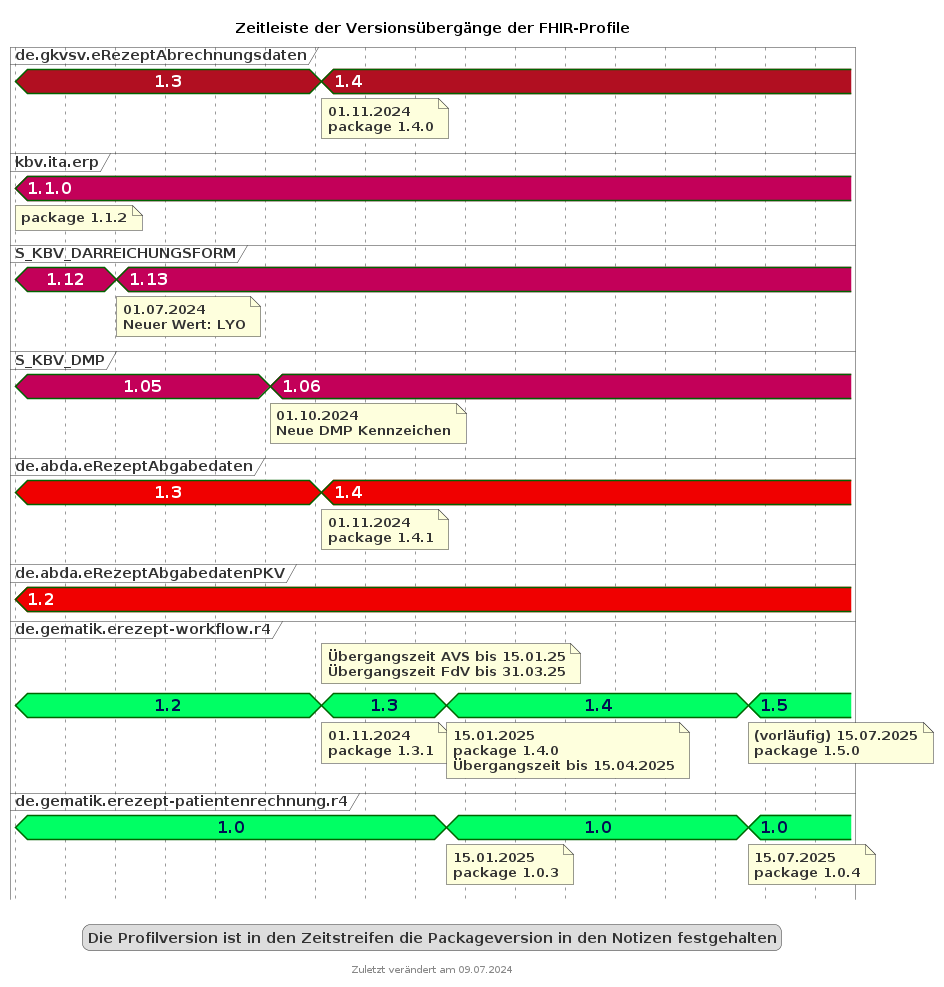
Earlier version of the PlantUML export images/puml_fhir_version_timeline.png (gematik/api-erp).
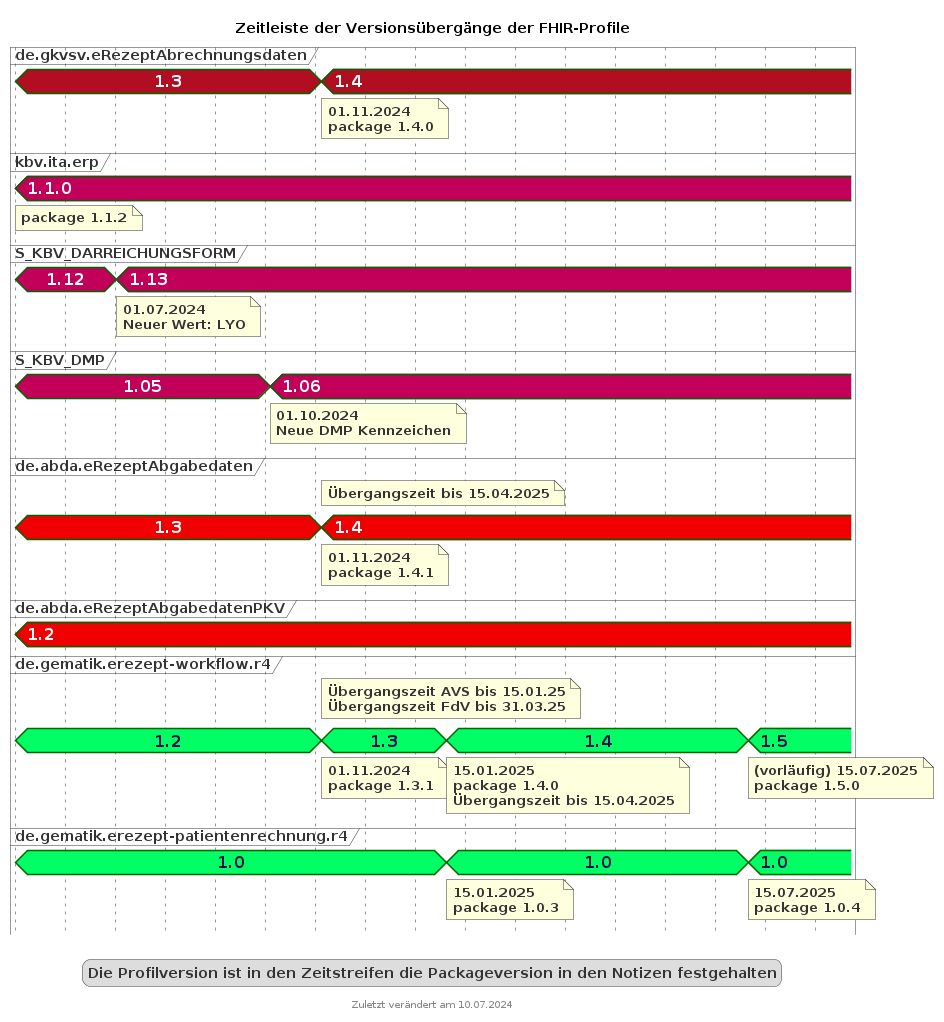
After the change.

Commit message:
update the timeline image to include the transition time for ABDA eRezeptAbgabedaten version 1.3 Package

What changed in the source:
```diff
@@ -28,7 +28,7 @@
 }
 </style>
 title Zeitleiste der Versionsübergänge der FHIR-Profile
-footer Zuletzt verändert am 09.07.2024
+footer Zuletzt verändert am 10.07.2024
 
 
 concise "de.gkvsv.eRezeptAbrechnungsdaten" as GKV <<gkvcolor>>
@@ -67,6 +67,7 @@
 GKV is 1.4
 note bottom of GKV : 01.11.2024\npackage 1.4.0
 DAV is 1.4
+note top of DAV: Übergangszeit bis 15.04.2025
 note bottom of DAV : 01.11.2024\npackage 1.4.1
 gematik is 1.3
 note top of gematik: Übergangszeit AVS bis 15.01.25\nÜbergangszeit FdV bis 31.03.25
```
